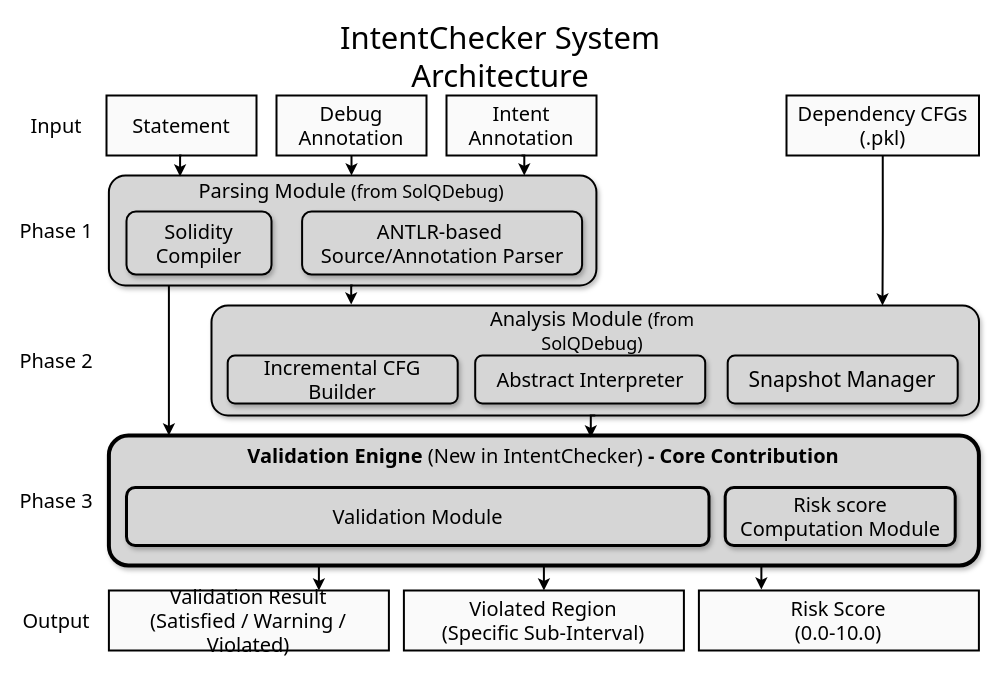
iwwyou/IntentChecker keeps this draw.io diagram as paper/figure/architecture.drawio. Above is the earlier version. Source tidied: cells renumbered, new cells numbered last; positions are measured from the earlier drawing's top-left corner, leaving out a move shared by most shapes. Both pictures are drawn from the tidied source at 100%, with x=0, y=0 at pixel (16, 41).
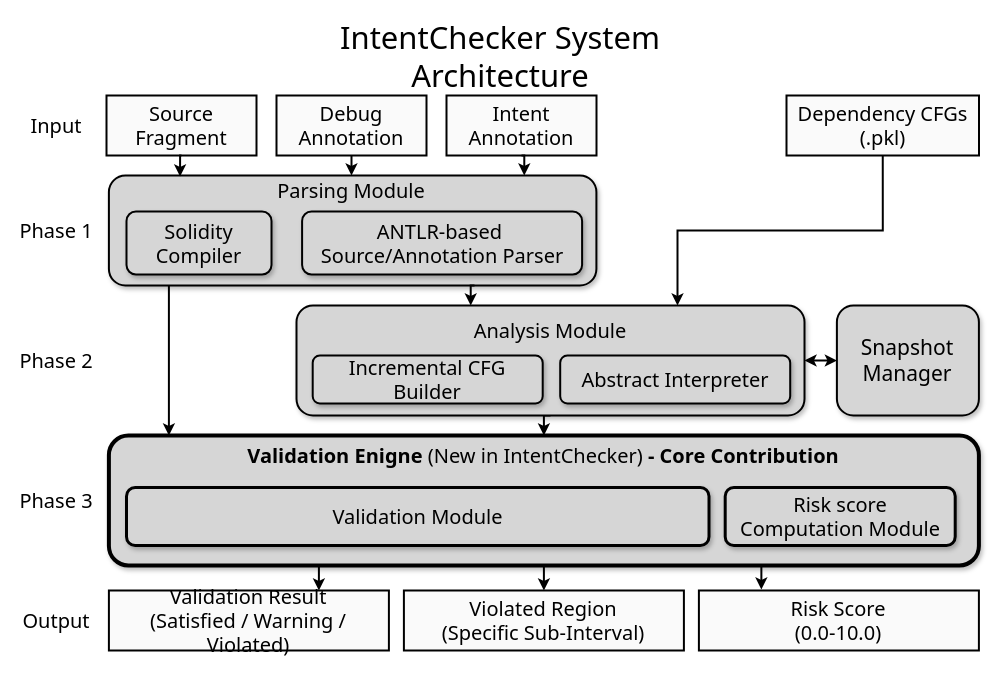
After the change.

Unchanged cells that the change refers to:
```xml
<mxCell id="2" style="group;" parent="1" vertex="1">
  <mxGeometry x="0.2" width="962.2" height="609" as="geometry" />
</mxCell>
<mxCell id="11" value="Dependency CFGs&lt;div&gt;(.pkl)&lt;/div&gt;" style="rounded=0;whiteSpace=wrap;html=1;fontStyle=0;fontSize=20;fontFamily=Tahoma;fillColor=light-dark(#fafafa, #ededed);strokeWidth=2;" parent="2" vertex="1">
  <mxGeometry x="769.8" y="54" width="192.5" height="60" as="geometry" />
</mxCell>
<mxCell id="12" style="rounded=1;whiteSpace=wrap;html=1;fontStyle=0;fontSize=17;fontFamily=Tahoma;fillColor=light-dark(#d6d6d6, #ededed);shadow=1;strokeColor=default;strokeWidth=2;" parent="2" vertex="1">
  <mxGeometry x="92.2" y="134" width="487.5" height="110" as="geometry" />
</mxCell>
<mxCell id="26" value="Validation Enigne&lt;span style=&quot;font-weight: normal;&quot;&gt; (New in IntentChecker) &lt;/span&gt;- Core Contribution" style="text;html=1;align=center;verticalAlign=middle;whiteSpace=wrap;rounded=0;fontFamily=Tahoma;fontSize=20;fontStyle=1;" parent="2" vertex="1">
  <mxGeometry x="177.2" y="394" width="700" height="40" as="geometry" />
</mxCell>
```

What changed in the source:
```diff
@@
-    <mxCell id="3" value="Statement" style="rounded=0;whiteSpace=wrap;html=1;fontStyle=0;fontSize=20;fontFamily=Tahoma;fillColor=light-dark(#fafafa, #ededed);shadow=0;strokeColor=default;strokeWidth=2;" parent="2" vertex="1">
+    <mxCell id="3" value="Source Fragment" style="rounded=0;whiteSpace=wrap;html=1;fontStyle=0;fontSize=20;fontFamily=Tahoma;fillColor=light-dark(#fafafa, #ededed);shadow=0;strokeColor=default;strokeWidth=2;" parent="2" vertex="1">
       <mxGeometry x="89.8" y="54" width="150" height="60" as="geometry" />
     </mxCell>
@@
+    <mxCell id="39" style="edgeStyle=orthogonalEdgeStyle;rounded=0;jettySize=auto;html=1;exitX=0.5;exitY=1;exitDx=0;exitDy=0;entryX=0.75;entryY=0;entryDx=0;entryDy=0;strokeWidth=2;" parent="2" edge="1" source="11" target="16">
+      <mxGeometry relative="1" as="geometry" />
+    </mxCell>
@@
-    <mxCell id="15" value="Parsing Module &lt;font style=&quot;font-size: 18px;&quot;&gt;(from SolQDebug)&lt;/font&gt;" style="text;html=1;align=center;verticalAlign=middle;whiteSpace=wrap;rounded=0;fontFamily=Tahoma;fontSize=20;" parent="2" vertex="1">
+    <mxCell id="15" value="Parsing Module" style="text;html=1;align=center;verticalAlign=middle;whiteSpace=wrap;rounded=0;fontFamily=Tahoma;fontSize=20;" parent="2" vertex="1">
       <mxGeometry x="179.8" y="134" width="310" height="30" as="geometry" />
     </mxCell>
+    <mxCell id="32" style="edgeStyle=orthogonalEdgeStyle;rounded=0;jettySize=auto;html=1;exitX=0.5;exitY=1;exitDx=0;exitDy=0;entryX=0.5;entryY=0;entryDx=0;entryDy=0;strokeWidth=2;" parent="2" edge="1" source="16" target="26">
+      <mxGeometry relative="1" as="geometry" />
+    </mxCell>
     <mxCell id="16" style="rounded=1;whiteSpace=wrap;html=1;fontStyle=0;fontSize=17;fontFamily=Tahoma;fillColor=light-dark(#d6d6d6, #ededed);shadow=1;strokeColor=default;strokeWidth=2;" parent="2" vertex="1">
-      <mxGeometry x="194.8" y="264" width="767.5" height="110" as="geometry" />
+      <mxGeometry x="279.8" y="264" width="508" height="110" as="geometry" />
     </mxCell>
     <mxCell id="17" value="Incremental CFG Builder" style="rounded=1;whiteSpace=wrap;html=1;fontFamily=Tahoma;fontSize=20;shadow=1;fillColor=light-dark(#d6d6d6, #ededed);strokeWidth=2;" parent="2" vertex="1">
-      <mxGeometry x="211" y="314" width="230" height="48" as="geometry" />
+      <mxGeometry x="296" y="314" width="230" height="48" as="geometry" />
     </mxCell>
     <mxCell id="18" value="Abstract Interpreter" style="rounded=1;whiteSpace=wrap;html=1;fontFamily=Tahoma;fontSize=20;shadow=1;fillColor=light-dark(#d6d6d6, #ededed);strokeWidth=2;" parent="2" vertex="1">
-      <mxGeometry x="458.5" y="314" width="230" height="48" as="geometry" />
+      <mxGeometry x="543.5" y="314" width="230" height="48" as="geometry" />
     </mxCell>
+    <mxCell id="40" style="edgeStyle=orthogonalEdgeStyle;rounded=0;jettySize=auto;html=1;exitX=0;exitY=0.5;exitDx=0;exitDy=0;startArrow=classic;startFill=1;strokeWidth=2;" parent="2" edge="1" source="19" target="16">
+      <mxGeometry relative="1" as="geometry" />
+    </mxCell>
     <mxCell id="19" value="Snapshot Manager" style="rounded=1;whiteSpace=wrap;html=1;fontFamily=Tahoma;fontSize=21;shadow=1;fillColor=light-dark(#d6d6d6, #ededed);strokeWidth=2;" parent="2" vertex="1">
-      <mxGeometry x="711" y="314" width="230" height="48" as="geometry" />
+      <mxGeometry x="820.2" y="264" width="142" height="110" as="geometry" />
     </mxCell>
@@
-    <mxCell id="22" style="edgeStyle=orthogonalEdgeStyle;rounded=0;jettySize=auto;html=1;exitX=0.5;exitY=1;exitDx=0;exitDy=0;strokeWidth=2;" parent="2" edge="1" source="11">
-      <mxGeometry relative="1" as="geometry">
-        <mxPoint x="865.8" y="264" as="targetPoint" />
-      </mxGeometry>
-    </mxCell>
@@
-    <mxCell id="27" value="Analysis Module &lt;font style=&quot;font-size: 18px;&quot;&gt;(from SolQDebug)&lt;/font&gt;" style="text;html=1;align=center;verticalAlign=middle;whiteSpace=wrap;rounded=0;fontFamily=Tahoma;fontSize=20;" parent="2" vertex="1">
-      <mxGeometry x="421" y="274" width="310" height="30" as="geometry" />
+    <mxCell id="27" value="Analysis Module" style="text;html=1;align=center;verticalAlign=middle;whiteSpace=wrap;rounded=0;fontFamily=Tahoma;fontSize=20;" parent="2" vertex="1">
+      <mxGeometry x="378.8" y="274" width="310" height="30" as="geometry" />
     </mxCell>
@@
-    <mxCell id="31" style="edgeStyle=orthogonalEdgeStyle;rounded=0;jettySize=auto;html=1;exitX=0.5;exitY=1;exitDx=0;exitDy=0;entryX=0.182;entryY=-0.009;entryDx=0;entryDy=0;entryPerimeter=0;strokeWidth=2;" parent="2" edge="1" source="12" target="16">
-      <mxGeometry relative="1" as="geometry" />
-    </mxCell>
-    <mxCell id="32" style="edgeStyle=orthogonalEdgeStyle;rounded=0;jettySize=auto;html=1;exitX=0.5;exitY=1;exitDx=0;exitDy=0;entryX=0.567;entryY=0.05;entryDx=0;entryDy=0;entryPerimeter=0;strokeWidth=2;" parent="2" edge="1" source="16" target="26">
-      <mxGeometry relative="1" as="geometry" />
-    </mxCell>
@@
+    <mxCell id="31" style="edgeStyle=orthogonalEdgeStyle;rounded=0;jettySize=auto;html=1;exitX=0.75;exitY=1;exitDx=0;exitDy=0;entryX=0.343;entryY=0;entryDx=0;entryDy=0;entryPerimeter=0;strokeWidth=2;" parent="2" edge="1" source="12" target="16">
+      <mxGeometry relative="1" as="geometry" />
+    </mxCell>
```
